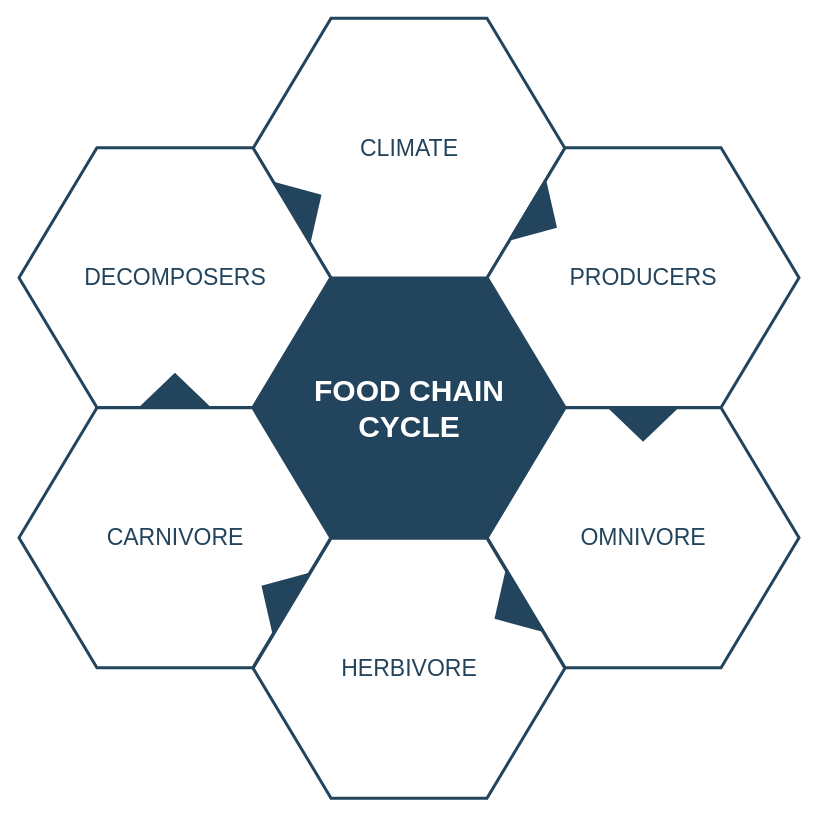
Above: 未命名绘图.drawio in anonyonmous/draw (draw.io), before the change. Source tidied: cells renumbered, new cells numbered last; positions are measured from the earlier drawing's top-left corner, leaving out a move shared by most shapes. Both pictures are drawn from the tidied source at 100%, with x=0, y=0 at pixel (18, 18).
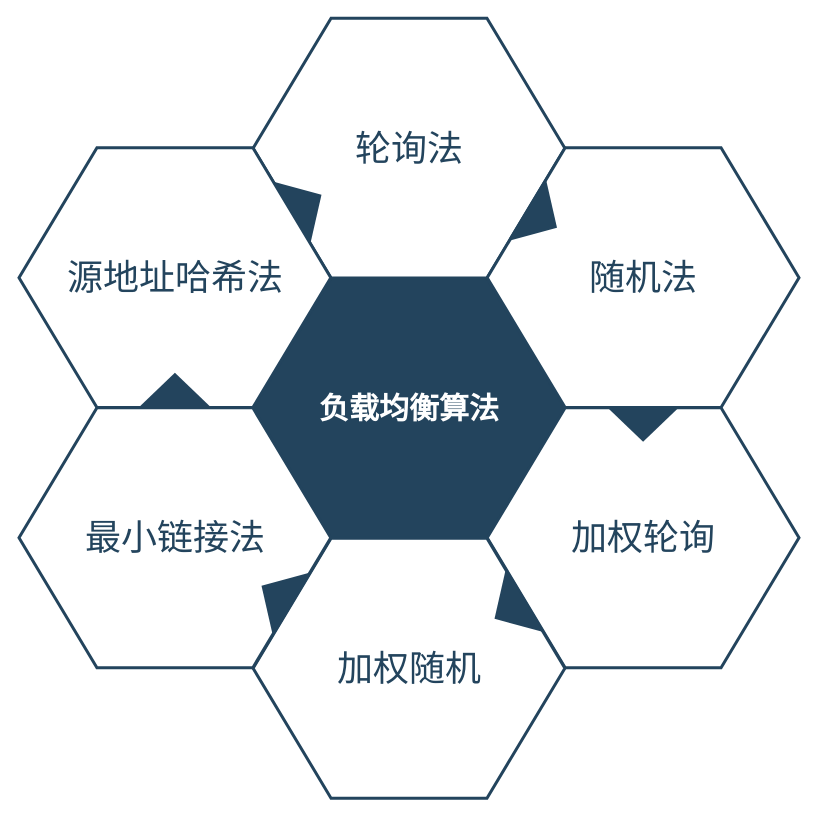
After the change.

Commit message:
更新未命名绘图.drawio

Change to the diagram source:
```diff
@@
 <mxGraphModel>
   <root>
     <mxCell id="0" />
     <mxCell id="1" parent="0" />
-    <mxCell id="2" value="&lt;font style=&quot;font-size: 30px&quot; color=&quot;#ffffff&quot;&gt;&lt;b&gt;&lt;span&gt;FOOD CHAIN&lt;/span&gt;&lt;br&gt;&lt;span&gt;CYCLE&lt;/span&gt;&lt;/b&gt;&lt;/font&gt;&lt;br&gt;" style="shape=hexagon;perimeter=hexagonPerimeter2;whiteSpace=wrap;html=1;shadow=0;labelBackgroundColor=none;strokeColor=#23445D;fillColor=#23445D;gradientColor=none;fontFamily=Helvetica;fontSize=23;fontColor=#23445d;align=center;strokeWidth=3;" parent="1" vertex="1">
+    <mxCell id="2" value="&lt;font color=&quot;#ffffff&quot;&gt;&lt;span style=&quot;font-size: 30px;&quot;&gt;&lt;b&gt;负载均衡算法&lt;/b&gt;&lt;/span&gt;&lt;/font&gt;" style="shape=hexagon;perimeter=hexagonPerimeter2;whiteSpace=wrap;html=1;shadow=0;labelBackgroundColor=none;strokeColor=#23445D;fillColor=#23445D;gradientColor=none;fontFamily=Helvetica;fontSize=23;fontColor=#23445d;align=center;strokeWidth=3;" parent="1" vertex="1">
       <mxGeometry x="234.6" y="259.8" width="311.8" height="259.9" as="geometry" />
     </mxCell>
     <mxCell id="3" style="triangle;whiteSpace=wrap;html=1;shadow=0;labelBackgroundColor=none;strokeColor=none;fillColor=#FFFFFF;fontFamily=Helvetica;fontSize=17;fontColor=#23445d;align=center;rotation=90;gradientColor=none;flipV=1;flipH=1;opacity=20;" parent="1" vertex="1">
       <mxGeometry x="115.5" y="277.7" width="72" height="152" as="geometry" />
     </mxCell>
-    <mxCell id="4" value="&lt;font style=&quot;font-size: 23px&quot;&gt;CLIMATE&lt;/font&gt;" style="shape=hexagon;perimeter=hexagonPerimeter2;whiteSpace=wrap;html=1;shadow=0;labelBackgroundColor=none;strokeColor=#23445D;fillColor=#ffffff;gradientColor=none;fontFamily=Helvetica;fontSize=23;fontColor=#23445D;align=center;strokeWidth=3;" parent="1" vertex="1">
+    <mxCell id="4" value="&lt;font style=&quot;font-size: 36px;&quot;&gt;轮询法&lt;/font&gt;" style="shape=hexagon;perimeter=hexagonPerimeter2;whiteSpace=wrap;html=1;shadow=0;labelBackgroundColor=none;strokeColor=#23445D;fillColor=#ffffff;gradientColor=none;fontFamily=Helvetica;fontSize=23;fontColor=#23445D;align=center;strokeWidth=3;" parent="1" vertex="1">
       <mxGeometry x="234.6" y="-0.3" width="311.8" height="259.9" as="geometry" />
     </mxCell>
-    <mxCell id="5" value="&lt;font style=&quot;font-size: 23px&quot;&gt;PRODUCERS&lt;/font&gt;" style="shape=hexagon;perimeter=hexagonPerimeter2;whiteSpace=wrap;html=1;shadow=0;labelBackgroundColor=none;strokeColor=#23445D;fillColor=#FFFFFF;gradientColor=none;fontFamily=Helvetica;fontSize=23;fontColor=#23445d;align=center;strokeWidth=3;" parent="1" vertex="1">
+    <mxCell id="5" value="&lt;font style=&quot;font-size: 36px;&quot;&gt;随机法&lt;/font&gt;" style="shape=hexagon;perimeter=hexagonPerimeter2;whiteSpace=wrap;html=1;shadow=0;labelBackgroundColor=none;strokeColor=#23445D;fillColor=#FFFFFF;gradientColor=none;fontFamily=Helvetica;fontSize=23;fontColor=#23445d;align=center;strokeWidth=3;" parent="1" vertex="1">
       <mxGeometry x="468.7" y="129.2" width="311.8" height="259.9" as="geometry" />
     </mxCell>
-    <mxCell id="6" value="&lt;font style=&quot;font-size: 23px&quot;&gt;OMNIVORE&lt;/font&gt;" style="shape=hexagon;perimeter=hexagonPerimeter2;whiteSpace=wrap;html=1;shadow=0;labelBackgroundColor=none;strokeColor=#23445D;fillColor=#FFFFFF;gradientColor=none;fontFamily=Helvetica;fontSize=23;fontColor=#23445d;align=center;strokeWidth=3;" parent="1" vertex="1">
+    <mxCell id="6" value="&lt;font style=&quot;font-size: 36px;&quot;&gt;加权轮询&lt;/font&gt;" style="shape=hexagon;perimeter=hexagonPerimeter2;whiteSpace=wrap;html=1;shadow=0;labelBackgroundColor=none;strokeColor=#23445D;fillColor=#FFFFFF;gradientColor=none;fontFamily=Helvetica;fontSize=23;fontColor=#23445d;align=center;strokeWidth=3;" parent="1" vertex="1">
       <mxGeometry x="468.7" y="389.3" width="311.8" height="259.9" as="geometry" />
     </mxCell>
-    <mxCell id="7" value="&lt;font style=&quot;font-size: 23px&quot;&gt;HERBIVORE&lt;/font&gt;" style="shape=hexagon;perimeter=hexagonPerimeter2;whiteSpace=wrap;html=1;shadow=0;labelBackgroundColor=none;strokeColor=#23445D;fillColor=#FFFFFF;gradientColor=none;fontFamily=Helvetica;fontSize=23;fontColor=#23445d;align=center;strokeWidth=3;" parent="1" vertex="1">
+    <mxCell id="7" value="&lt;font style=&quot;font-size: 36px;&quot;&gt;加权随机&lt;/font&gt;" style="shape=hexagon;perimeter=hexagonPerimeter2;whiteSpace=wrap;html=1;shadow=0;labelBackgroundColor=none;strokeColor=#23445D;fillColor=#FFFFFF;gradientColor=none;fontFamily=Helvetica;fontSize=23;fontColor=#23445d;align=center;strokeWidth=3;" parent="1" vertex="1">
       <mxGeometry x="234.6" y="519.8" width="311.8" height="259.9" as="geometry" />
     </mxCell>
-    <mxCell id="8" value="&lt;font style=&quot;font-size: 23px&quot;&gt;CARNIVORE&lt;/font&gt;" style="shape=hexagon;perimeter=hexagonPerimeter2;whiteSpace=wrap;html=1;shadow=0;labelBackgroundColor=none;strokeColor=#23445D;fillColor=#FFFFFF;gradientColor=none;fontFamily=Helvetica;fontSize=23;fontColor=#23445d;align=center;strokeWidth=3;" parent="1" vertex="1">
+    <mxCell id="8" value="&lt;font style=&quot;font-size: 36px;&quot;&gt;最小链接法&lt;/font&gt;" style="shape=hexagon;perimeter=hexagonPerimeter2;whiteSpace=wrap;html=1;shadow=0;labelBackgroundColor=none;strokeColor=#23445D;fillColor=#FFFFFF;gradientColor=none;fontFamily=Helvetica;fontSize=23;fontColor=#23445d;align=center;strokeWidth=3;" parent="1" vertex="1">
       <mxGeometry x="0.5" y="389.3" width="311.8" height="259.9" as="geometry" />
     </mxCell>
-    <mxCell id="9" value="&lt;font style=&quot;font-size: 23px;&quot;&gt;DECOMPOSERS&lt;/font&gt;" style="shape=hexagon;perimeter=hexagonPerimeter2;whiteSpace=wrap;html=1;shadow=0;labelBackgroundColor=none;strokeColor=#23445D;fillColor=#ffffff;gradientColor=none;fontFamily=Helvetica;fontSize=23;fontColor=#23445D;align=center;strokeWidth=3;" parent="1" vertex="1">
+    <mxCell id="9" value="&lt;font style=&quot;font-size: 36px;&quot;&gt;源地址哈希法&lt;/font&gt;" style="shape=hexagon;perimeter=hexagonPerimeter2;whiteSpace=wrap;html=1;shadow=0;labelBackgroundColor=none;strokeColor=#23445D;fillColor=#ffffff;gradientColor=none;fontFamily=Helvetica;fontSize=23;fontColor=#23445D;align=center;strokeWidth=3;" parent="1" vertex="1">
       <mxGeometry x="0.5" y="129.2" width="311.8" height="259.9" as="geometry" />
     </mxCell>
     <mxCell id="10" style="triangle;whiteSpace=wrap;html=1;shadow=0;labelBackgroundColor=none;strokeColor=none;fillColor=#23445D;fontFamily=Helvetica;fontSize=17;fontColor=#23445d;align=center;rotation=31;gradientColor=none;strokeWidth=3;" parent="1" vertex="1">
       <mxGeometry x="506" y="163.7" width="35" height="73" as="geometry" />
     </mxCell>
     <mxCell id="11" style="triangle;whiteSpace=wrap;html=1;shadow=0;labelBackgroundColor=none;strokeColor=none;fillColor=#23445D;fontFamily=Helvetica;fontSize=17;fontColor=#23445d;align=center;rotation=31;gradientColor=none;flipH=1;strokeWidth=3;" parent="1" vertex="1">
       <mxGeometry x="240.5" y="539.7" width="35" height="73" as="geometry" />
     </mxCell>
     <mxCell id="12" style="triangle;whiteSpace=wrap;html=1;shadow=0;labelBackgroundColor=none;strokeColor=none;fillColor=#23445D;fontFamily=Helvetica;fontSize=17;fontColor=#23445d;align=center;rotation=329;gradientColor=none;strokeWidth=3;" parent="1" vertex="1">
       <mxGeometry x="270.5" y="148.7" width="35" height="73" as="geometry" />
     </mxCell>
     <mxCell id="13" style="triangle;whiteSpace=wrap;html=1;shadow=0;labelBackgroundColor=none;strokeColor=none;fillColor=#23445D;fontFamily=Helvetica;fontSize=17;fontColor=#23445d;align=center;rotation=329;gradientColor=none;flipH=1;strokeWidth=3;" parent="1" vertex="1">
       <mxGeometry x="473.5" y="554.7" width="35" height="73" as="geometry" />
     </mxCell>
     <mxCell id="14" style="triangle;whiteSpace=wrap;html=1;shadow=0;labelBackgroundColor=none;strokeColor=none;fillColor=#23445D;fontFamily=Helvetica;fontSize=17;fontColor=#23445d;align=center;rotation=90;gradientColor=none;strokeWidth=3;" parent="1" vertex="1">
       <mxGeometry x="607.1" y="369.2" width="35" height="73" as="geometry" />
     </mxCell>
     <mxCell id="15" style="triangle;whiteSpace=wrap;html=1;shadow=0;labelBackgroundColor=none;strokeColor=none;fillColor=#23445D;fontFamily=Helvetica;fontSize=17;fontColor=#23445d;align=center;rotation=90;gradientColor=none;flipH=1;strokeWidth=3;" parent="1" vertex="1">
       <mxGeometry x="138.9" y="335.2" width="35" height="73" as="geometry" />
     </mxCell>
   </root>
 </mxGraphModel>
```
